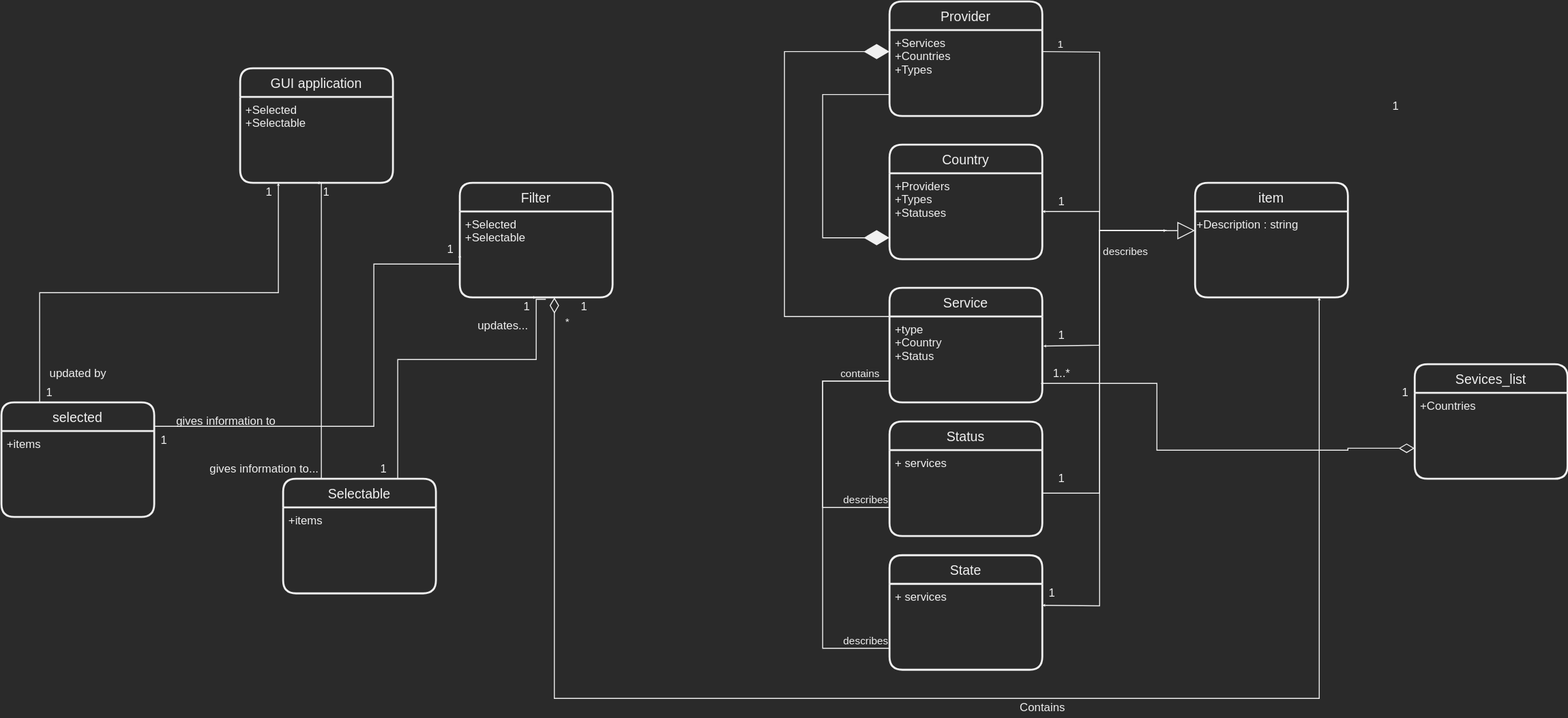
This is documentation/domain model/Domain_diagram.svg from Geostartico/Trusted-list-browser, a draw.io export, as it was before one commit. Source tidied: cells renumbered, new cells last; positions are measured from the earlier drawing's top-left corner, leaving out a move shared by most shapes.
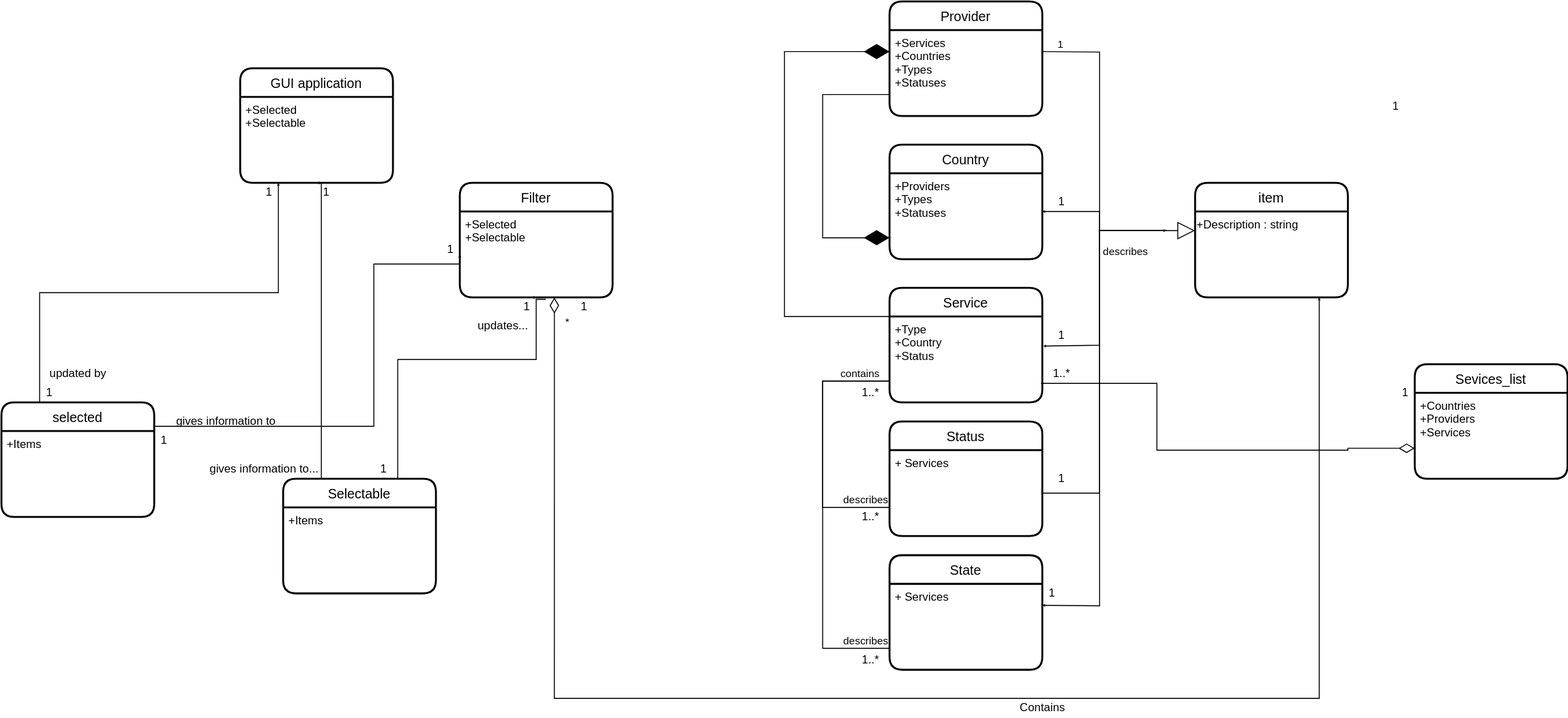
After the change.

What changed in the source:
```diff
@@ -11,13 +11,13 @@
     <mxCell id="4" value="Provider" style="swimlane;horizontal=1;startSize=30;rounded=1;fontSize=14;fontStyle=0;strokeWidth=2;shadow=0;dashed=0;align=center;" parent="1" vertex="1">
       <mxGeometry x="930" width="160" height="120" as="geometry" />
     </mxCell>
-    <mxCell id="5" value="+Services&#10;+Countries&#10;+Types" style="align=left;strokeColor=none;fillColor=none;spacingLeft=4;fontSize=12;verticalAlign=top;" parent="4" vertex="1">
+    <mxCell id="5" value="+Services&#10;+Countries&#10;+Types&#10;+Statuses&#10;" style="align=left;strokeColor=none;fillColor=none;spacingLeft=4;fontSize=12;verticalAlign=top;" parent="4" vertex="1">
       <mxGeometry y="30" width="160" height="90" as="geometry" />
     </mxCell>
     <mxCell id="6" value="Service" style="swimlane;horizontal=1;startSize=30;rounded=1;fontSize=14;fontStyle=0;strokeWidth=2;shadow=0;dashed=0;align=center;" parent="1" vertex="1">
       <mxGeometry x="930" y="300" width="160" height="120" as="geometry" />
     </mxCell>
-    <mxCell id="7" value="+type&#10;+Country&#10;+Status&#10;" style="align=left;strokeColor=none;fillColor=none;spacingLeft=4;fontSize=12;verticalAlign=top;" parent="6" vertex="1">
+    <mxCell id="7" value="+Type&#10;+Country&#10;+Status&#10;" style="align=left;strokeColor=none;fillColor=none;spacingLeft=4;fontSize=12;verticalAlign=top;" parent="6" vertex="1">
       <mxGeometry y="30" width="160" height="90" as="geometry" />
     </mxCell>
     <mxCell id="8" value="Filter" style="swimlane;horizontal=1;startSize=30;rounded=1;fontSize=14;fontStyle=0;strokeWidth=2;shadow=0;dashed=0;align=center;" parent="1" vertex="1">
@@ -38,7 +38,7 @@
     <mxCell id="11" value="Status" style="swimlane;horizontal=1;startSize=30;rounded=1;fontSize=14;fontStyle=0;strokeWidth=2;shadow=0;dashed=0;align=center;" parent="1" vertex="1">
       <mxGeometry x="930" y="440" width="160" height="120" as="geometry" />
     </mxCell>
-    <mxCell id="12" value="+ services&#10;" style="align=left;strokeColor=none;fillColor=none;spacingLeft=4;fontSize=12;verticalAlign=top;" parent="11" vertex="1">
+    <mxCell id="12" value="+ Services&#10;" style="align=left;strokeColor=none;fillColor=none;spacingLeft=4;fontSize=12;verticalAlign=top;" parent="11" vertex="1">
       <mxGeometry y="30" width="160" height="90" as="geometry" />
     </mxCell>
     <mxCell id="13" style="edgeStyle=orthogonalEdgeStyle;rounded=0;jettySize=auto;html=1;exitX=0.25;exitY=0;exitDx=0;exitDy=0;entryX=0.25;entryY=1;entryDx=0;entryDy=0;endSize=0;" parent="1" edge="1" source="14" target="17">
@@ -47,7 +47,7 @@
     <mxCell id="14" value="selected" style="swimlane;horizontal=1;startSize=30;rounded=1;fontSize=14;fontStyle=0;strokeWidth=2;shadow=0;dashed=0;align=center;" parent="1" vertex="1">
       <mxGeometry y="420" width="160" height="120" as="geometry" />
     </mxCell>
-    <mxCell id="15" value="+items" style="align=left;strokeColor=none;fillColor=none;spacingLeft=4;fontSize=12;verticalAlign=top;" parent="14" vertex="1">
+    <mxCell id="15" value="+Items" style="align=left;strokeColor=none;fillColor=none;spacingLeft=4;fontSize=12;verticalAlign=top;" parent="14" vertex="1">
       <mxGeometry y="30" width="160" height="90" as="geometry" />
     </mxCell>
     <mxCell id="16" value="GUI application" style="swimlane;horizontal=1;startSize=30;rounded=1;fontSize=14;fontStyle=0;strokeWidth=2;shadow=0;dashed=0;align=center;" parent="1" vertex="1">
@@ -91,7 +91,7 @@
     <mxCell id="23" value="Selectable" style="swimlane;horizontal=1;startSize=30;rounded=1;fontSize=14;fontStyle=0;strokeWidth=2;shadow=0;dashed=0;align=center;" parent="1" vertex="1">
       <mxGeometry x="295" y="500" width="160" height="120" as="geometry" />
     </mxCell>
-    <mxCell id="24" value="+items&#10;" style="align=left;strokeColor=none;fillColor=none;spacingLeft=4;fontSize=12;verticalAlign=top;" parent="23" vertex="1">
+    <mxCell id="24" value="+Items&#10;" style="align=left;strokeColor=none;fillColor=none;spacingLeft=4;fontSize=12;verticalAlign=top;" parent="23" vertex="1">
       <mxGeometry y="30" width="160" height="90" as="geometry" />
     </mxCell>
     <mxCell id="25" value="1" style="text;html=1;align=center;verticalAlign=middle;strokeColor=none;fillColor=none;" parent="1" vertex="1">
@@ -147,13 +147,13 @@
     <mxCell id="40" value="Sevices_list" style="swimlane;horizontal=1;startSize=30;rounded=1;fontSize=14;fontStyle=0;strokeWidth=2;shadow=0;dashed=0;align=center;" parent="1" vertex="1">
       <mxGeometry x="1480" y="380" width="160" height="120" as="geometry" />
     </mxCell>
-    <mxCell id="41" value="+Countries" style="align=left;strokeColor=none;fillColor=none;spacingLeft=4;fontSize=12;verticalAlign=top;" parent="40" vertex="1">
+    <mxCell id="41" value="+Countries&#10;+Providers&#10;+Services&#10;" style="align=left;strokeColor=none;fillColor=none;spacingLeft=4;fontSize=12;verticalAlign=top;" parent="40" vertex="1">
       <mxGeometry y="30" width="160" height="90" as="geometry" />
     </mxCell>
     <mxCell id="42" value="State" style="swimlane;horizontal=1;startSize=30;rounded=1;fontSize=14;fontStyle=0;strokeWidth=2;shadow=0;dashed=0;align=center;" parent="1" vertex="1">
       <mxGeometry x="930" y="580" width="160" height="120" as="geometry" />
     </mxCell>
-    <mxCell id="43" value="+ services&#10;" style="align=left;strokeColor=none;fillColor=none;spacingLeft=4;fontSize=12;verticalAlign=top;" parent="42" vertex="1">
+    <mxCell id="43" value="+ Services&#10;" style="align=left;strokeColor=none;fillColor=none;spacingLeft=4;fontSize=12;verticalAlign=top;" parent="42" vertex="1">
       <mxGeometry y="30" width="160" height="90" as="geometry" />
     </mxCell>
     <mxCell id="44" value="1" style="text;html=1;align=center;verticalAlign=middle;strokeColor=none;fillColor=none;" parent="1" vertex="1">
@@ -280,5 +280,14 @@
         </Array>
       </mxGeometry>
     </mxCell>
+    <mxCell id="65" value="1..*" style="text;html=1;align=center;verticalAlign=middle;strokeColor=none;fillColor=none;" parent="1" vertex="1">
+      <mxGeometry x="895" y="400" width="30" height="20" as="geometry" />
+    </mxCell>
+    <mxCell id="66" value="1..*" style="text;html=1;align=center;verticalAlign=middle;strokeColor=none;fillColor=none;" parent="1" vertex="1">
+      <mxGeometry x="895" y="530" width="30" height="20" as="geometry" />
+    </mxCell>
+    <mxCell id="67" value="1..*" style="text;html=1;align=center;verticalAlign=middle;strokeColor=none;fillColor=none;" parent="1" vertex="1">
+      <mxGeometry x="895" y="680" width="30" height="20" as="geometry" />
+    </mxCell>
   </root>
 </mxGraphModel>
```
